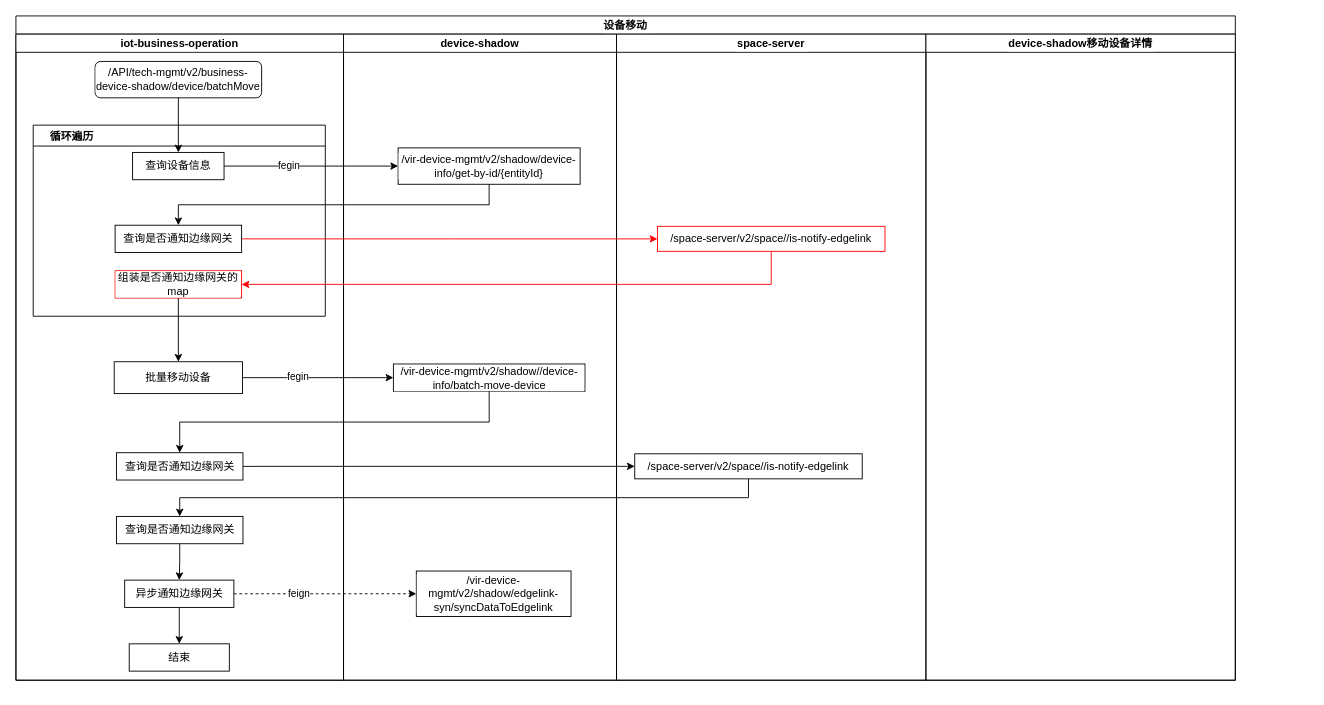
Before: page "设备移动" (2 of 4) of yzs/未命名绘图.drawio in yanglei1992/documents, a draw.io diagram. Source tidied: cells renumbered, new cells numbered last; positions are measured from the earlier drawing's top-left corner, leaving out a move shared by most shapes. Both pictures are drawn from the tidied source at 91%, with x=0, y=0 at pixel (15, 15).
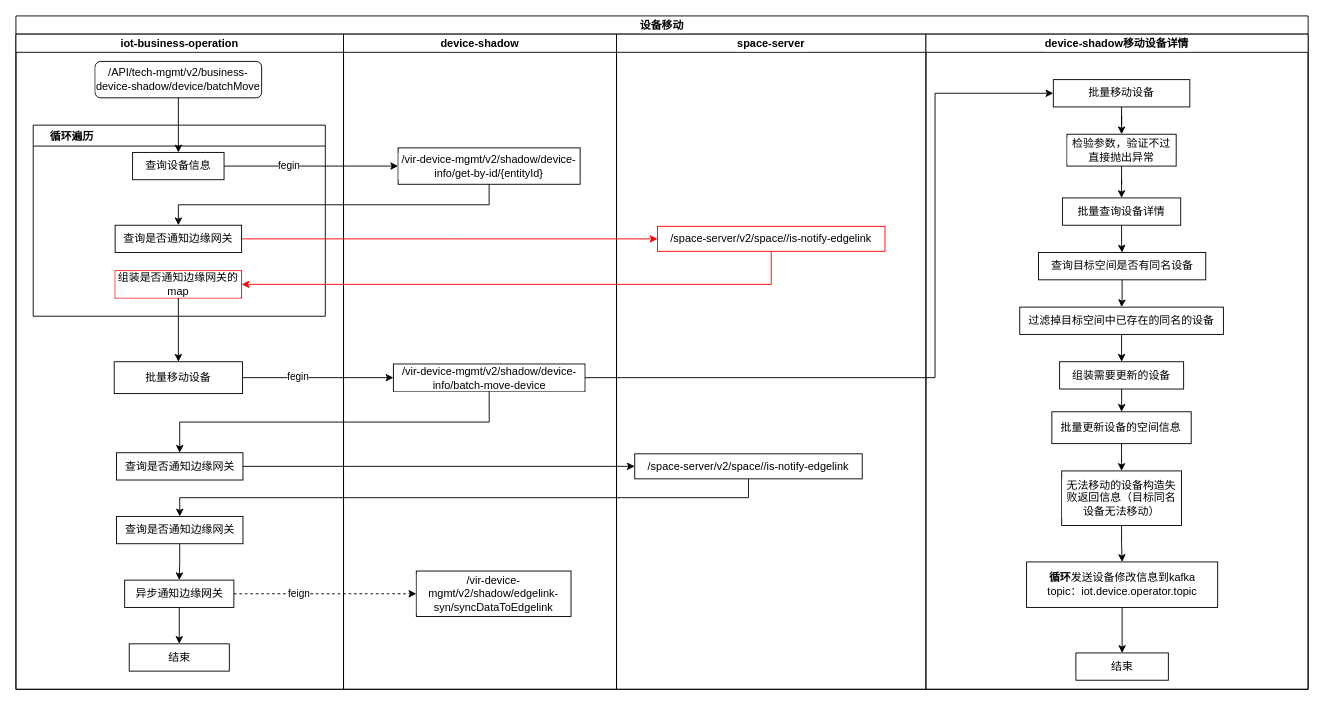
The same page after the edit.

Commit message (it also covers changes not shown here):
更新未命名绘图.drawio

The edit, as a diff of the source:
```diff
@@
     <mxCell id="2" value="设备移动" style="swimlane;startSize=20;labelBackgroundColor=default;fontColor=#000000;" parent="1" vertex="1">
-      <mxGeometry width="1340" height="730" as="geometry" />
+      <mxGeometry width="1420" height="740" as="geometry" />
     </mxCell>
     <mxCell id="3" value="iot-business-operation" style="swimlane;startSize=20;labelBackgroundColor=default;fontColor=#000000;" parent="2" vertex="1">
-      <mxGeometry y="20" width="360" height="710" as="geometry" />
+      <mxGeometry y="20" width="360" height="720" as="geometry" />
     </mxCell>
@@
     <mxCell id="18" value="device-shadow" style="swimlane;startSize=20;labelBackgroundColor=default;fontColor=#000000;" parent="2" vertex="1">
-      <mxGeometry x="360" y="20" width="300" height="710" as="geometry" />
+      <mxGeometry x="360" y="20" width="300" height="720" as="geometry" />
     </mxCell>
@@
-    <mxCell id="20" value="/vir-device-mgmt/v2/shadow//device-info/batch-move-device" style="rounded=0;whiteSpace=wrap;html=1;labelBackgroundColor=default;fontColor=#000000;" parent="18" vertex="1">
+    <mxCell id="20" value="/vir-device-mgmt/v2/shadow/device-info/batch-move-device" style="rounded=0;whiteSpace=wrap;html=1;labelBackgroundColor=default;fontColor=#000000;" parent="18" vertex="1">
       <mxGeometry x="54.8" y="362.5" width="210.5" height="30" as="geometry" />
     </mxCell>
@@
     <mxCell id="24" value="space-server" style="swimlane;startSize=20;labelBackgroundColor=default;fontColor=#000000;" parent="2" vertex="1">
-      <mxGeometry x="660" y="20" width="340" height="710" as="geometry" />
+      <mxGeometry x="660" y="20" width="340" height="720" as="geometry" />
     </mxCell>
@@
     <mxCell id="27" value="device-shadow移动设备详情" style="swimlane;startSize=20;labelBackgroundColor=default;fontColor=#000000;" parent="2" vertex="1">
-      <mxGeometry x="1000" y="20" width="340" height="710" as="geometry" />
+      <mxGeometry x="1000" y="20" width="420" height="720" as="geometry" />
     </mxCell>
+    <mxCell id="38" style="edgeStyle=orthogonalEdgeStyle;rounded=0;jettySize=auto;html=1;exitX=0.5;exitY=1;exitDx=0;exitDy=0;fontColor=#000000;strokeColor=#000000;" parent="27" edge="1" source="39" target="41">
+      <mxGeometry relative="1" as="geometry" />
+    </mxCell>
+    <mxCell id="39" value="批量移动设备" style="rounded=0;whiteSpace=wrap;html=1;labelBackgroundColor=default;fontColor=#000000;strokeColor=#000000;" parent="27" vertex="1">
+      <mxGeometry x="140" y="50" width="150" height="30" as="geometry" />
+    </mxCell>
+    <mxCell id="40" style="edgeStyle=orthogonalEdgeStyle;rounded=0;jettySize=auto;html=1;exitX=0.5;exitY=1;exitDx=0;exitDy=0;fontColor=#000000;strokeColor=#000000;" parent="27" edge="1" source="41" target="43">
+      <mxGeometry relative="1" as="geometry" />
+    </mxCell>
+    <mxCell id="41" value="检验参数，验证不过直接抛出异常" style="rounded=0;whiteSpace=wrap;html=1;labelBackgroundColor=default;fontColor=#000000;strokeColor=#000000;" parent="27" vertex="1">
+      <mxGeometry x="155" y="110" width="120" height="35" as="geometry" />
+    </mxCell>
+    <mxCell id="42" style="edgeStyle=orthogonalEdgeStyle;rounded=0;jettySize=auto;html=1;exitX=0.5;exitY=1;exitDx=0;exitDy=0;fontColor=#000000;strokeColor=#000000;" parent="27" edge="1" source="43" target="45">
+      <mxGeometry relative="1" as="geometry" />
+    </mxCell>
+    <mxCell id="43" value="批量查询设备详情" style="rounded=0;whiteSpace=wrap;html=1;labelBackgroundColor=default;fontColor=#000000;strokeColor=#000000;" parent="27" vertex="1">
+      <mxGeometry x="150" y="180" width="130" height="30" as="geometry" />
+    </mxCell>
+    <mxCell id="44" style="edgeStyle=orthogonalEdgeStyle;rounded=0;jettySize=auto;html=1;exitX=0.5;exitY=1;exitDx=0;exitDy=0;fontColor=#000000;strokeColor=#000000;" parent="27" edge="1" source="45" target="47">
+      <mxGeometry relative="1" as="geometry" />
+    </mxCell>
+    <mxCell id="45" value="查询目标空间是否有同名设备" style="rounded=0;whiteSpace=wrap;html=1;labelBackgroundColor=default;fontColor=#000000;strokeColor=#000000;" parent="27" vertex="1">
+      <mxGeometry x="123.7" y="240" width="183.8" height="30" as="geometry" />
+    </mxCell>
+    <mxCell id="46" style="edgeStyle=orthogonalEdgeStyle;rounded=0;jettySize=auto;html=1;exitX=0.5;exitY=1;exitDx=0;exitDy=0;fontColor=#000000;strokeColor=#000000;" parent="27" edge="1" source="47" target="49">
+      <mxGeometry relative="1" as="geometry" />
+    </mxCell>
+    <mxCell id="47" value="过滤掉目标空间中已存在的同名的设备" style="rounded=0;whiteSpace=wrap;html=1;labelBackgroundColor=default;fontColor=#000000;strokeColor=#000000;" parent="27" vertex="1">
+      <mxGeometry x="103.1" y="300" width="223.8" height="30" as="geometry" />
+    </mxCell>
+    <mxCell id="48" style="edgeStyle=orthogonalEdgeStyle;rounded=0;jettySize=auto;html=1;exitX=0.5;exitY=1;exitDx=0;exitDy=0;fontColor=#000000;strokeColor=#000000;" parent="27" edge="1" source="49" target="51">
+      <mxGeometry relative="1" as="geometry" />
+    </mxCell>
+    <mxCell id="49" value="组装需要更新的设备" style="rounded=0;whiteSpace=wrap;html=1;labelBackgroundColor=default;fontColor=#000000;strokeColor=#000000;" parent="27" vertex="1">
+      <mxGeometry x="146.9" y="360" width="136.3" height="30" as="geometry" />
+    </mxCell>
+    <mxCell id="50" style="edgeStyle=orthogonalEdgeStyle;rounded=0;jettySize=auto;html=1;exitX=0.5;exitY=1;exitDx=0;exitDy=0;entryX=0.5;entryY=0;entryDx=0;entryDy=0;fontColor=#000000;strokeColor=#000000;" parent="27" edge="1" source="51" target="53">
+      <mxGeometry relative="1" as="geometry" />
+    </mxCell>
+    <mxCell id="51" value="批量更新设备的空间信息" style="rounded=0;whiteSpace=wrap;html=1;labelBackgroundColor=default;fontColor=#000000;strokeColor=#000000;" parent="27" vertex="1">
+      <mxGeometry x="138.4" y="415" width="153.1" height="35" as="geometry" />
+    </mxCell>
+    <mxCell id="52" style="edgeStyle=orthogonalEdgeStyle;rounded=0;jettySize=auto;html=1;exitX=0.5;exitY=1;exitDx=0;exitDy=0;fontColor=#000000;strokeColor=#000000;" parent="27" edge="1" source="53" target="55">
+      <mxGeometry relative="1" as="geometry" />
+    </mxCell>
+    <mxCell id="53" value="无法移动的设备构造失败返回信息（目标同名设备无法移动）" style="rounded=0;whiteSpace=wrap;html=1;labelBackgroundColor=default;fontColor=#000000;strokeColor=#000000;" parent="27" vertex="1">
+      <mxGeometry x="149.2" y="480" width="131.6" height="60" as="geometry" />
+    </mxCell>
+    <mxCell id="54" style="edgeStyle=orthogonalEdgeStyle;rounded=0;jettySize=auto;html=1;exitX=0.5;exitY=1;exitDx=0;exitDy=0;fontColor=#000000;strokeColor=#000000;" parent="27" edge="1" source="55" target="56">
+      <mxGeometry relative="1" as="geometry" />
+    </mxCell>
+    <mxCell id="55" value="&lt;b&gt;循环&lt;/b&gt;发送设备修改信息到kafka&lt;br&gt;topic：iot.device.operator.topic" style="rounded=0;whiteSpace=wrap;html=1;labelBackgroundColor=default;fontColor=#000000;strokeColor=#000000;" parent="27" vertex="1">
+      <mxGeometry x="110.6" y="580" width="210" height="50" as="geometry" />
+    </mxCell>
+    <mxCell id="56" value="结束" style="rounded=0;whiteSpace=wrap;html=1;labelBackgroundColor=default;fontColor=#000000;strokeColor=#000000;" parent="27" vertex="1">
+      <mxGeometry x="164.8" y="680" width="101.6" height="30" as="geometry" />
+    </mxCell>
@@
+    <mxCell id="57" style="edgeStyle=orthogonalEdgeStyle;rounded=0;jettySize=auto;html=1;exitX=1;exitY=0.5;exitDx=0;exitDy=0;entryX=0;entryY=0.5;entryDx=0;entryDy=0;fontColor=#000000;strokeColor=#000000;" parent="2" edge="1" source="20" target="39">
+      <mxGeometry relative="1" as="geometry">
+        <Array as="points">
+          <mxPoint x="1010" y="398" />
+          <mxPoint x="1010" y="85" />
+        </Array>
+      </mxGeometry>
+    </mxCell>
```
